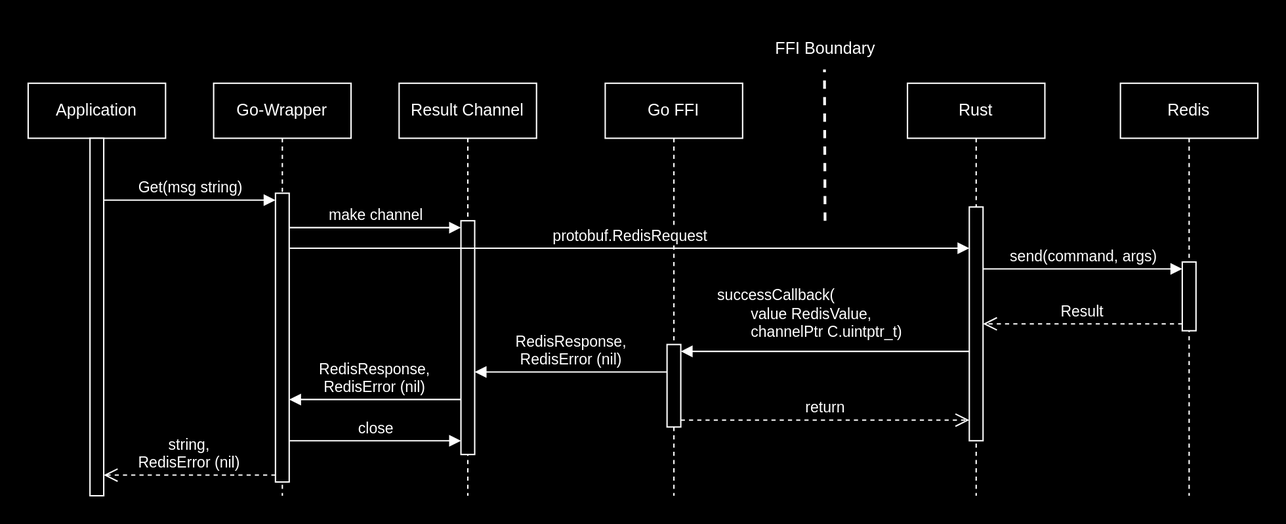
The draw.io diagram docs/img/FFI-request-success-sequence.svg in Bit-Quill/valkey-glide, before a commit. Source tidied: cells renumbered, new cells last; positions are measured from the earlier drawing's top-left corner, leaving out a move shared by most shapes.
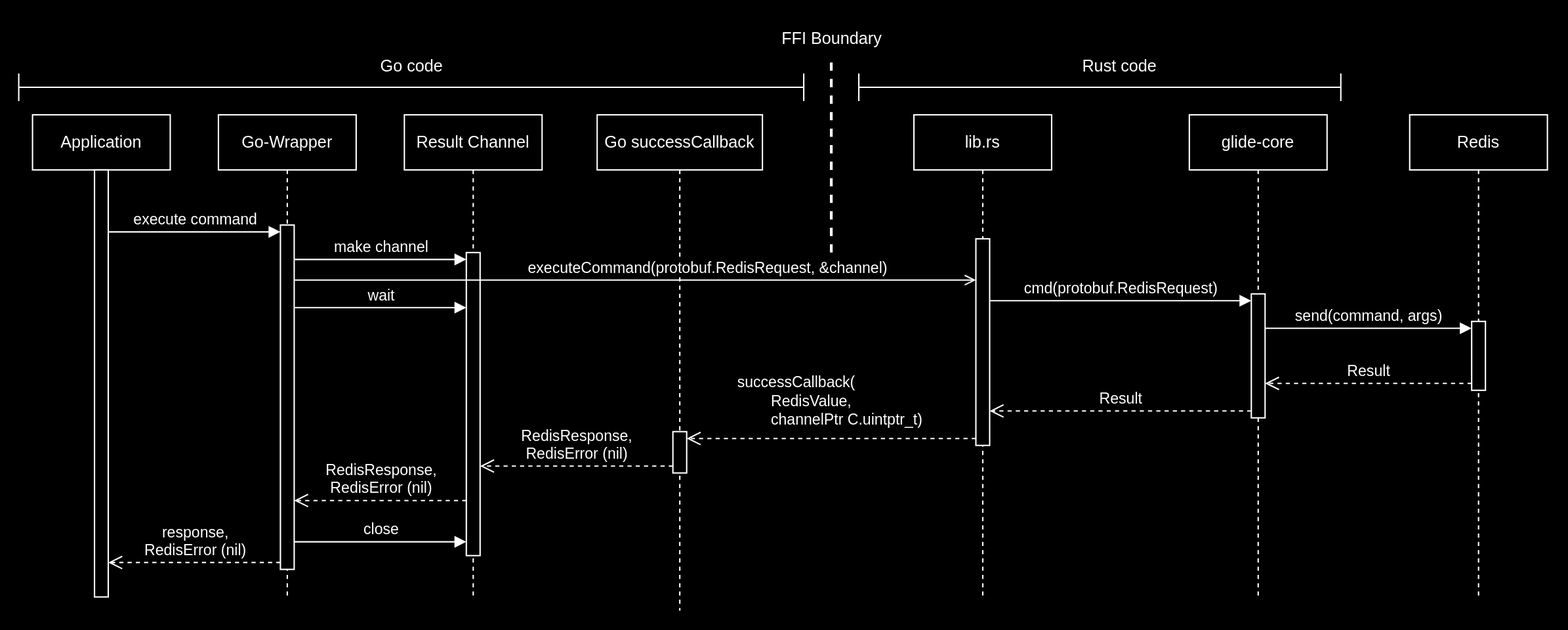
Later version of the same file.

Diff of the diagram source:
```diff
@@ -2,99 +2,128 @@
   <root>
     <mxCell id="0" />
     <mxCell id="1" parent="0" />
-    <mxCell id="2" value="Go FFI" style="shape=umlLifeline;perimeter=lifelinePerimeter;whiteSpace=wrap;html=1;newEdgeStyle={&quot;edgeStyle&quot;:&quot;elbowEdgeStyle&quot;,&quot;elbow&quot;:&quot;vertical&quot;,&quot;curved&quot;:0,&quot;rounded&quot;:0};" parent="1" vertex="1">
-      <mxGeometry x="420" y="40" width="100" height="300" as="geometry" />
+    <mxCell id="2" value="Go successCallback" style="shape=umlLifeline;perimeter=lifelinePerimeter;whiteSpace=wrap;html=1;newEdgeStyle={&quot;edgeStyle&quot;:&quot;elbowEdgeStyle&quot;,&quot;elbow&quot;:&quot;vertical&quot;,&quot;curved&quot;:0,&quot;rounded&quot;:0};" parent="1" vertex="1">
+      <mxGeometry x="410" y="40" width="120" height="360" as="geometry" />
     </mxCell>
+    <mxCell id="14" style="html=1;points=[[0,0,0,0,5],[0,1,0,0,-5],[1,0,0,0,5],[1,1,0,0,-5]];perimeter=orthogonalPerimeter;outlineConnect=0;targetShapes=umlLifeline;portConstraint=eastwest;newEdgeStyle={&quot;curved&quot;:0,&quot;rounded&quot;:0};" parent="2" vertex="1">
+      <mxGeometry x="55" y="230" width="10" height="30" as="geometry" />
+    </mxCell>
-    <mxCell id="3" value="Rust" style="shape=umlLifeline;perimeter=lifelinePerimeter;whiteSpace=wrap;html=1;newEdgeStyle={&quot;edgeStyle&quot;:&quot;elbowEdgeStyle&quot;,&quot;elbow&quot;:&quot;vertical&quot;,&quot;curved&quot;:0,&quot;rounded&quot;:0};" parent="1" vertex="1">
-      <mxGeometry x="640" y="40" width="100" height="300" as="geometry" />
+    <mxCell id="3" value="lib.rs" style="shape=umlLifeline;perimeter=lifelinePerimeter;whiteSpace=wrap;html=1;newEdgeStyle={&quot;edgeStyle&quot;:&quot;elbowEdgeStyle&quot;,&quot;elbow&quot;:&quot;vertical&quot;,&quot;curved&quot;:0,&quot;rounded&quot;:0};" parent="1" vertex="1">
+      <mxGeometry x="640" y="40" width="100" height="350" as="geometry" />
     </mxCell>
-    <mxCell id="4" value="Redis" style="shape=umlLifeline;perimeter=lifelinePerimeter;whiteSpace=wrap;html=1;newEdgeStyle={&quot;edgeStyle&quot;:&quot;elbowEdgeStyle&quot;,&quot;elbow&quot;:&quot;vertical&quot;,&quot;curved&quot;:0,&quot;rounded&quot;:0};" parent="1" vertex="1">
-      <mxGeometry x="795" y="40" width="100" height="300" as="geometry" />
+    <mxCell id="4" value="glide-core" style="shape=umlLifeline;perimeter=lifelinePerimeter;whiteSpace=wrap;html=1;newEdgeStyle={&quot;edgeStyle&quot;:&quot;elbowEdgeStyle&quot;,&quot;elbow&quot;:&quot;vertical&quot;,&quot;curved&quot;:0,&quot;rounded&quot;:0};" parent="1" vertex="1">
+      <mxGeometry x="840" y="40" width="100" height="350" as="geometry" />
     </mxCell>
     <mxCell id="5" style="html=1;points=[[0,0,0,0,5],[0,1,0,0,-5],[1,0,0,0,5],[1,1,0,0,-5]];perimeter=orthogonalPerimeter;outlineConnect=0;targetShapes=umlLifeline;portConstraint=eastwest;newEdgeStyle={&quot;curved&quot;:0,&quot;rounded&quot;:0};" parent="4" vertex="1">
-      <mxGeometry x="45" y="130" width="10" height="50" as="geometry" />
+      <mxGeometry x="45" y="130" width="10" height="90" as="geometry" />
     </mxCell>
-    <mxCell id="6" style="endArrow=none;dashed=1;html=1;strokeWidth=2;rounded=0;orthogonal=1;" parent="1" edge="1">
-      <mxGeometry relative="1" as="geometry">
-        <mxPoint x="580" y="140" as="sourcePoint" />
-        <mxPoint x="579.6" y="30" as="targetPoint" />
-      </mxGeometry>
-    </mxCell>
-    <mxCell id="7" value="FFI Boundary" style="text;html=1;align=center;verticalAlign=middle;points=[];strokeColor=none;fillColor=none;" parent="1" vertex="1">
-      <mxGeometry x="530" width="100" height="30" as="geometry" />
-    </mxCell>
     <mxCell id="8" value="Result Channel" style="shape=umlLifeline;perimeter=lifelinePerimeter;whiteSpace=wrap;html=1;newEdgeStyle={&quot;edgeStyle&quot;:&quot;elbowEdgeStyle&quot;,&quot;elbow&quot;:&quot;vertical&quot;,&quot;curved&quot;:0,&quot;rounded&quot;:0};" parent="1" vertex="1">
-      <mxGeometry x="270" y="40" width="100" height="300" as="geometry" />
+      <mxGeometry x="270" y="40" width="100" height="350" as="geometry" />
     </mxCell>
     <mxCell id="9" style="html=1;points=[[0,0,0,0,5],[0,1,0,0,-5],[1,0,0,0,5],[1,1,0,0,-5]];perimeter=orthogonalPerimeter;outlineConnect=0;targetShapes=umlLifeline;portConstraint=eastwest;newEdgeStyle={&quot;curved&quot;:0,&quot;rounded&quot;:0};" parent="8" vertex="1">
-      <mxGeometry x="45" y="100" width="10" height="170" as="geometry" />
+      <mxGeometry x="45" y="100" width="10" height="220" as="geometry" />
     </mxCell>
-    <mxCell id="10" value="protobuf.RedisRequest" style="html=1;verticalAlign=bottom;endArrow=block;curved=0;rounded=0;entryX=0;entryY=0;entryDx=0;entryDy=5;" parent="1" edge="1" source="22">
-      <mxGeometry relative="1" as="geometry">
+    <mxCell id="10" value="executeCommand(protobuf.RedisRequest, &amp;amp;channel)" style="html=1;verticalAlign=bottom;endArrow=open;curved=0;rounded=0;entryX=0;entryY=0;entryDx=0;entryDy=5;endFill=0;" parent="1" edge="1" source="22">
+      <mxGeometry x="0.21" relative="1" as="geometry">
         <mxPoint x="685" y="160" as="targetPoint" />
       </mxGeometry>
     </mxCell>
     <mxCell id="11" value="make channel" style="html=1;verticalAlign=bottom;endArrow=block;curved=0;rounded=0;entryX=0;entryY=0;entryDx=0;entryDy=5;" parent="1" edge="1" source="22" target="9">
       <mxGeometry relative="1" as="geometry" />
     </mxCell>
+    <mxCell id="13" value="cmd(protobuf.RedisRequest)" style="html=1;verticalAlign=bottom;endArrow=block;curved=0;rounded=0;entryX=0;entryY=0;entryDx=0;entryDy=5;entryPerimeter=0;" parent="1" edge="1" source="16" target="5">
+      <mxGeometry relative="1" as="geometry" />
+    </mxCell>
+    <mxCell id="16" style="html=1;points=[[0,0,0,0,5],[0,1,0,0,-5],[1,0,0,0,5],[1,1,0,0,-5]];perimeter=orthogonalPerimeter;outlineConnect=0;targetShapes=umlLifeline;portConstraint=eastwest;newEdgeStyle={&quot;curved&quot;:0,&quot;rounded&quot;:0};" parent="1" vertex="1">
+      <mxGeometry x="685" y="130" width="10" height="150" as="geometry" />
+    </mxCell>
+    <mxCell id="28" value="wait" style="html=1;verticalAlign=bottom;endArrow=block;curved=0;rounded=0;" parent="1" edge="1">
+      <mxGeometry relative="1" as="geometry">
+        <mxPoint x="190" y="180" as="sourcePoint" />
+        <mxPoint x="315" y="180" as="targetPoint" />
+      </mxGeometry>
+    </mxCell>
+    <mxCell id="29" value="Redis" style="shape=umlLifeline;perimeter=lifelinePerimeter;whiteSpace=wrap;html=1;newEdgeStyle={&quot;edgeStyle&quot;:&quot;elbowEdgeStyle&quot;,&quot;elbow&quot;:&quot;vertical&quot;,&quot;curved&quot;:0,&quot;rounded&quot;:0};" parent="1" vertex="1">
+      <mxGeometry x="1000" y="40" width="100" height="350" as="geometry" />
+    </mxCell>
+    <mxCell id="30" style="html=1;points=[[0,0,0,0,5],[0,1,0,0,-5],[1,0,0,0,5],[1,1,0,0,-5]];perimeter=orthogonalPerimeter;outlineConnect=0;targetShapes=umlLifeline;portConstraint=eastwest;newEdgeStyle={&quot;curved&quot;:0,&quot;rounded&quot;:0};" parent="29" vertex="1">
+      <mxGeometry x="45" y="150" width="10" height="50" as="geometry" />
+    </mxCell>
+    <mxCell id="31" value="send(command, args)" style="html=1;verticalAlign=bottom;endArrow=block;curved=0;rounded=0;entryX=0;entryY=0;entryDx=0;entryDy=5;entryPerimeter=0;" parent="1" edge="1" source="5" target="30">
+      <mxGeometry relative="1" as="geometry" />
+    </mxCell>
+    <mxCell id="32" value="Result" style="html=1;verticalAlign=bottom;endArrow=open;dashed=1;endSize=8;curved=0;rounded=0;exitX=0;exitY=1;exitDx=0;exitDy=-5;exitPerimeter=0;" parent="1" edge="1" source="30" target="5">
+      <mxGeometry relative="1" as="geometry" />
+    </mxCell>
     <mxCell id="12" value="Result" style="html=1;verticalAlign=bottom;endArrow=open;dashed=1;endSize=8;curved=0;rounded=0;exitX=0;exitY=1;exitDx=0;exitDy=-5;" parent="1" edge="1" source="5" target="16">
       <mxGeometry relative="1" as="geometry" />
     </mxCell>
-    <mxCell id="13" value="send(command, args)" style="html=1;verticalAlign=bottom;endArrow=block;curved=0;rounded=0;entryX=0;entryY=0;entryDx=0;entryDy=5;entryPerimeter=0;" parent="1" edge="1" source="16" target="5">
-      <mxGeometry relative="1" as="geometry" />
-    </mxCell>
-    <mxCell id="14" style="html=1;points=[[0,0,0,0,5],[0,1,0,0,-5],[1,0,0,0,5],[1,1,0,0,-5]];perimeter=orthogonalPerimeter;outlineConnect=0;targetShapes=umlLifeline;portConstraint=eastwest;newEdgeStyle={&quot;curved&quot;:0,&quot;rounded&quot;:0};" parent="1" vertex="1">
-      <mxGeometry x="465" y="230" width="10" height="60" as="geometry" />
-    </mxCell>
-    <mxCell id="15" value="successCallback(&lt;br&gt;&amp;nbsp; &amp;nbsp; &amp;nbsp; &amp;nbsp; value RedisValue,&amp;nbsp;&lt;br&gt;&amp;nbsp; &amp;nbsp; &amp;nbsp; &amp;nbsp; channelPtr C.uintptr_t)" style="html=1;verticalAlign=bottom;endArrow=block;curved=0;rounded=0;entryX=1;entryY=0;entryDx=0;entryDy=5;align=left;" parent="1" edge="1" source="16" target="14">
-      <mxGeometry x="0.76" y="-5" relative="1" as="geometry" />
+    <mxCell id="15" value="successCallback(&lt;br&gt;&amp;nbsp; &amp;nbsp; &amp;nbsp; &amp;nbsp; RedisValue,&amp;nbsp;&lt;br&gt;&amp;nbsp; &amp;nbsp; &amp;nbsp; &amp;nbsp; channelPtr C.uintptr_t)" style="html=1;verticalAlign=bottom;endArrow=open;curved=0;rounded=0;entryX=1;entryY=0;entryDx=0;entryDy=5;align=left;endFill=0;dashed=1;endSize=8;" parent="1" edge="1" source="16" target="14">
+      <mxGeometry x="0.67" y="-5" relative="1" as="geometry" />
     </mxCell>
-    <mxCell id="16" style="html=1;points=[[0,0,0,0,5],[0,1,0,0,-5],[1,0,0,0,5],[1,1,0,0,-5]];perimeter=orthogonalPerimeter;outlineConnect=0;targetShapes=umlLifeline;portConstraint=eastwest;newEdgeStyle={&quot;curved&quot;:0,&quot;rounded&quot;:0};" parent="1" vertex="1">
-      <mxGeometry x="685" y="130" width="10" height="170" as="geometry" />
-    </mxCell>
-    <mxCell id="17" value="return" style="html=1;verticalAlign=bottom;endArrow=open;dashed=1;endSize=8;curved=0;rounded=0;exitX=1;exitY=1;exitDx=0;exitDy=-5;" parent="1" edge="1" source="14">
-      <mxGeometry relative="1" as="geometry">
-        <mxPoint x="685" y="285" as="targetPoint" />
-      </mxGeometry>
-    </mxCell>
-    <mxCell id="18" style="group;" parent="1" vertex="1">
-      <mxGeometry y="40" width="235" height="300" as="geometry" />
-    </mxCell>
+    <mxCell id="26" value="close" style="html=1;verticalAlign=bottom;endArrow=block;curved=0;rounded=0;entryX=0;entryY=0;entryDx=0;entryDy=5;" parent="1" edge="1">
+      <mxGeometry relative="1" as="geometry">
+        <mxPoint x="190" y="350" as="sourcePoint" />
+        <mxPoint x="315" y="350" as="targetPoint" />
+      </mxGeometry>
+    </mxCell>
+    <mxCell id="27" value="RedisResponse,&lt;br&gt;RedisError (nil)" style="html=1;verticalAlign=bottom;endArrow=open;curved=0;rounded=0;exitX=0;exitY=1;exitDx=0;exitDy=-5;exitPerimeter=0;endFill=0;dashed=1;endSize=8;" parent="1" edge="1" source="14">
+      <mxGeometry relative="1" as="geometry">
+        <mxPoint x="325" y="295" as="targetPoint" />
+      </mxGeometry>
+    </mxCell>
-    <mxCell id="19" value="Application" style="shape=umlLifeline;perimeter=lifelinePerimeter;whiteSpace=wrap;html=1;newEdgeStyle={&quot;edgeStyle&quot;:&quot;elbowEdgeStyle&quot;,&quot;elbow&quot;:&quot;vertical&quot;,&quot;curved&quot;:0,&quot;rounded&quot;:0};" parent="18" vertex="1">
-      <mxGeometry width="100" height="300" as="geometry" />
+    <mxCell id="19" value="Application" style="shape=umlLifeline;perimeter=lifelinePerimeter;whiteSpace=wrap;html=1;newEdgeStyle={&quot;edgeStyle&quot;:&quot;elbowEdgeStyle&quot;,&quot;elbow&quot;:&quot;vertical&quot;,&quot;curved&quot;:0,&quot;rounded&quot;:0};" parent="1" vertex="1">
+      <mxGeometry y="40" width="100" height="350" as="geometry" />
     </mxCell>
     <mxCell id="20" style="html=1;points=[];perimeter=orthogonalPerimeter;outlineConnect=0;targetShapes=umlLifeline;portConstraint=eastwest;newEdgeStyle={&quot;edgeStyle&quot;:&quot;elbowEdgeStyle&quot;,&quot;elbow&quot;:&quot;vertical&quot;,&quot;curved&quot;:0,&quot;rounded&quot;:0};" parent="19" vertex="1">
-      <mxGeometry x="45" y="40" width="10" height="260" as="geometry" />
+      <mxGeometry x="45" y="40" width="10" height="310" as="geometry" />
     </mxCell>
-    <mxCell id="21" value="Go-Wrapper" style="shape=umlLifeline;perimeter=lifelinePerimeter;whiteSpace=wrap;html=1;newEdgeStyle={&quot;edgeStyle&quot;:&quot;elbowEdgeStyle&quot;,&quot;elbow&quot;:&quot;vertical&quot;,&quot;curved&quot;:0,&quot;rounded&quot;:0};" parent="18" vertex="1">
-      <mxGeometry x="135" width="100" height="300" as="geometry" />
+    <mxCell id="21" value="Go-Wrapper" style="shape=umlLifeline;perimeter=lifelinePerimeter;whiteSpace=wrap;html=1;newEdgeStyle={&quot;edgeStyle&quot;:&quot;elbowEdgeStyle&quot;,&quot;elbow&quot;:&quot;vertical&quot;,&quot;curved&quot;:0,&quot;rounded&quot;:0};" parent="1" vertex="1">
+      <mxGeometry x="135" y="40" width="100" height="350" as="geometry" />
     </mxCell>
     <mxCell id="22" style="html=1;points=[[0,0,0,0,5],[0,1,0,0,-5],[1,0,0,0,5],[1,1,0,0,-5]];perimeter=orthogonalPerimeter;outlineConnect=0;targetShapes=umlLifeline;portConstraint=eastwest;newEdgeStyle={&quot;curved&quot;:0,&quot;rounded&quot;:0};" parent="21" vertex="1">
-      <mxGeometry x="45" y="80" width="10" height="210" as="geometry" />
+      <mxGeometry x="45" y="80" width="10" height="250" as="geometry" />
     </mxCell>
-    <mxCell id="23" value="Get(msg string)" style="html=1;verticalAlign=bottom;endArrow=block;curved=0;rounded=0;entryX=0;entryY=0;entryDx=0;entryDy=5;" parent="18" edge="1" source="20" target="22">
+    <mxCell id="23" value="execute command" style="html=1;verticalAlign=bottom;endArrow=block;curved=0;rounded=0;entryX=0;entryY=0;entryDx=0;entryDy=5;" parent="1" edge="1" source="20" target="22">
       <mxGeometry relative="1" as="geometry" />
     </mxCell>
-    <mxCell id="24" value="string, &lt;br&gt;RedisError (nil)" style="html=1;verticalAlign=bottom;endArrow=open;dashed=1;endSize=8;curved=0;rounded=0;exitX=0;exitY=1;exitDx=0;exitDy=-5;" parent="18" edge="1" source="22" target="20">
+    <mxCell id="24" value="response, &lt;br&gt;RedisError (nil)" style="html=1;verticalAlign=bottom;endArrow=open;dashed=1;endSize=8;curved=0;rounded=0;exitX=0;exitY=1;exitDx=0;exitDy=-5;" parent="1" edge="1" source="22" target="20">
       <mxGeometry relative="1" as="geometry" />
     </mxCell>
-    <mxCell id="25" value="RedisResponse,&lt;br&gt;RedisError (nil)" style="html=1;verticalAlign=bottom;endArrow=block;curved=0;rounded=0;" parent="18" edge="1">
+    <mxCell id="25" value="RedisResponse,&lt;br&gt;RedisError (nil)" style="html=1;verticalAlign=bottom;endArrow=open;curved=0;rounded=0;endFill=0;dashed=1;endSize=8;" parent="1" edge="1">
       <mxGeometry relative="1" as="geometry">
-        <mxPoint x="315" y="230" as="sourcePoint" />
-        <mxPoint x="190" y="230" as="targetPoint" />
+        <mxPoint x="315" y="320" as="sourcePoint" />
+        <mxPoint x="190" y="320" as="targetPoint" />
       </mxGeometry>
     </mxCell>
-    <mxCell id="26" value="close" style="html=1;verticalAlign=bottom;endArrow=block;curved=0;rounded=0;entryX=0;entryY=0;entryDx=0;entryDy=5;" parent="1" edge="1">
-      <mxGeometry relative="1" as="geometry">
-        <mxPoint x="190" y="300" as="sourcePoint" />
-        <mxPoint x="315" y="300" as="targetPoint" />
-      </mxGeometry>
-    </mxCell>
-    <mxCell id="27" value="RedisResponse,&lt;br&gt;RedisError (nil)" style="html=1;verticalAlign=bottom;endArrow=block;curved=0;rounded=0;exitX=0;exitY=0;exitDx=0;exitDy=5;exitPerimeter=0;" parent="1" edge="1">
-      <mxGeometry relative="1" as="geometry">
-        <mxPoint x="465" y="250" as="sourcePoint" />
-        <mxPoint x="325" y="250" as="targetPoint" />
-      </mxGeometry>
-    </mxCell>
+    <mxCell id="33" style="group;" parent="1" vertex="1">
+      <mxGeometry x="530" y="-30" width="100" height="170" as="geometry" />
+    </mxCell>
+    <mxCell id="6" style="endArrow=none;dashed=1;html=1;strokeWidth=2;rounded=0;orthogonal=1;entryX=0.5;entryY=1.05;entryDx=0;entryDy=0;entryPerimeter=0;" parent="33" edge="1" target="7">
+      <mxGeometry relative="1" as="geometry">
+        <mxPoint x="50" y="170" as="sourcePoint" />
+      </mxGeometry>
+    </mxCell>
+    <mxCell id="7" value="FFI Boundary" style="text;html=1;align=center;verticalAlign=middle;points=[];strokeColor=none;fillColor=none;" parent="33" vertex="1">
+      <mxGeometry width="100" height="30" as="geometry" />
+    </mxCell>
+    <mxCell id="34" style="group;" parent="1" vertex="1">
+      <mxGeometry x="-10" y="-10" width="570" height="40" as="geometry" />
+    </mxCell>
+    <mxCell id="35" style="shape=crossbar;whiteSpace=wrap;html=1;rounded=1;" parent="34" vertex="1">
+      <mxGeometry y="20" width="570" height="20" as="geometry" />
+    </mxCell>
+    <mxCell id="36" value="Go code" style="text;html=1;align=center;verticalAlign=middle;strokeColor=none;fillColor=none;" parent="34" vertex="1">
+      <mxGeometry x="250" width="70" height="30" as="geometry" />
+    </mxCell>
+    <mxCell id="37" style="group;" parent="1" vertex="1">
+      <mxGeometry x="600" y="-10" width="350" height="40" as="geometry" />
+    </mxCell>
+    <mxCell id="38" style="shape=crossbar;whiteSpace=wrap;html=1;rounded=1;" parent="37" vertex="1">
+      <mxGeometry y="20" width="350" height="20" as="geometry" />
+    </mxCell>
+    <mxCell id="39" value="Rust code" style="text;html=1;align=center;verticalAlign=middle;strokeColor=none;fillColor=none;" parent="37" vertex="1">
+      <mxGeometry x="148.6" width="80" height="30" as="geometry" />
+    </mxCell>
   </root>
 </mxGraphModel>
```
